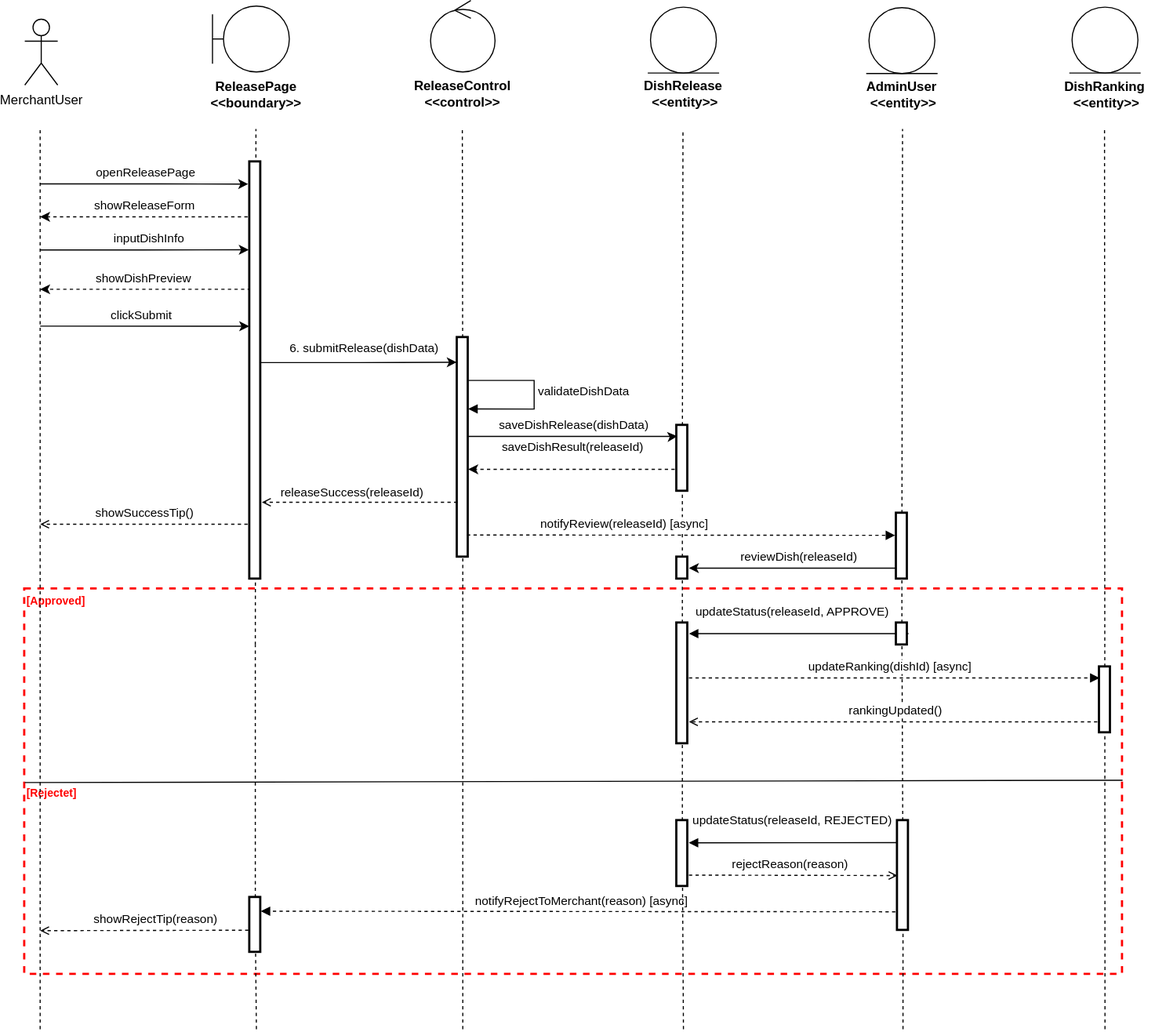
qianlinnian/se_sad_project keeps this draw.io diagram as Assignment2/diagrams/Re-ID.svg. Above is the earlier version. Source tidied: cells renumbered, new cells last; positions are measured from the earlier drawing's top-left corner, leaving out a move shared by most shapes.
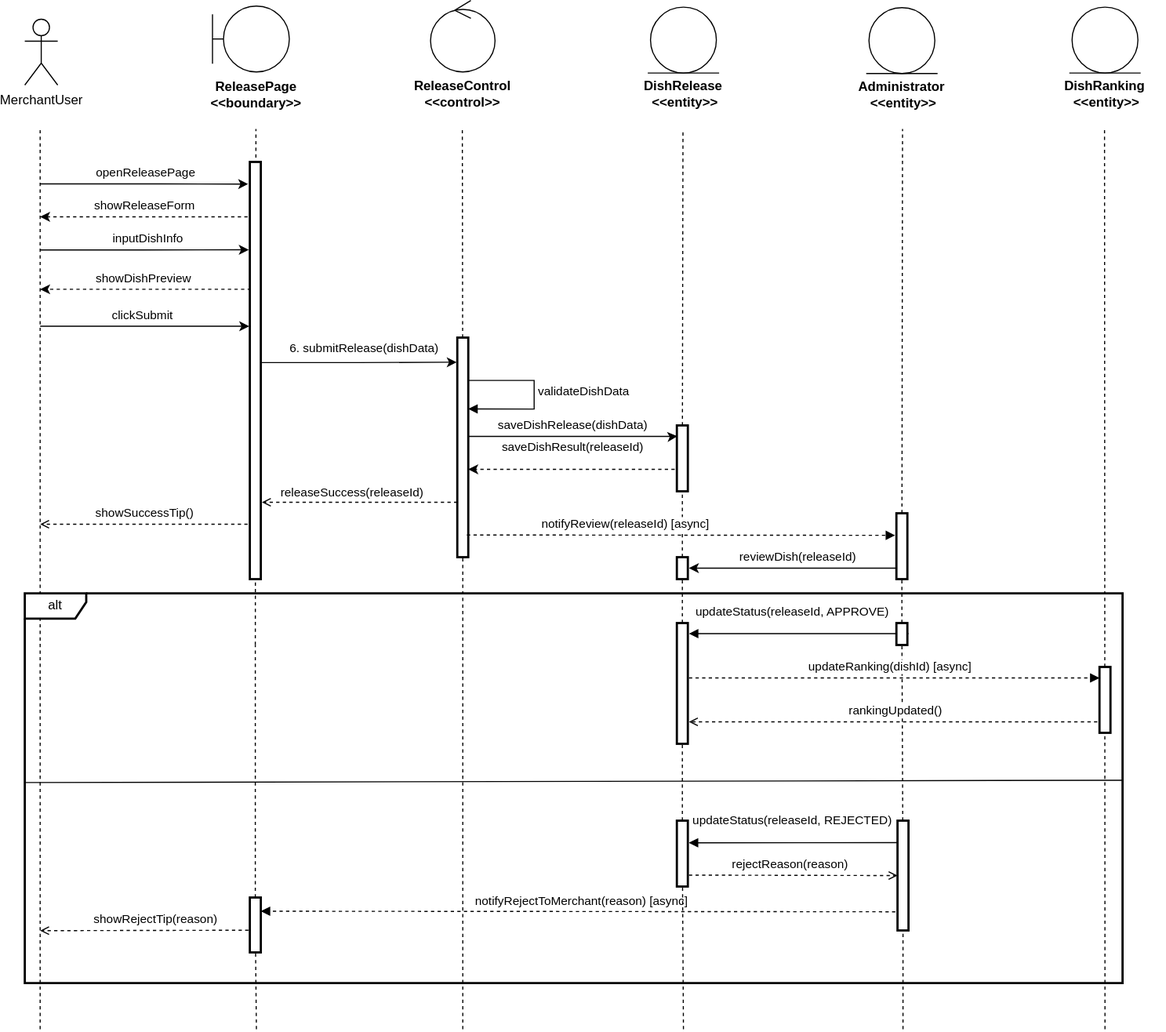
After the commit.

What changed in the source:
```diff
@@ -2,9 +2,6 @@
   <root>
     <mxCell id="0" />
     <mxCell id="1" parent="0" />
-    <mxCell id="2" style="shape=rect;html=1;rounded=0;whiteSpace=wrap;strokeColor=#ff0000;fillColor=none;strokeWidth=2;dashed=1;" parent="1" vertex="1">
-      <mxGeometry y="536" width="1000" height="351" as="geometry" />
-    </mxCell>
     <mxCell id="3" value="MerchantUser" style="shape=umlActor;verticalLabelPosition=bottom;verticalAlign=top;html=1;" parent="1" vertex="1">
       <mxGeometry y="17" width="30" height="60" as="geometry" />
     </mxCell>
@@ -78,12 +75,6 @@
         </Array>
       </mxGeometry>
     </mxCell>
-    <mxCell id="12" value="[Approved]" style="text;html=1;align=left;verticalAlign=middle;strokeColor=none;fillColor=none;fontSize=10;fontStyle=1;fontColor=#ff0000;" parent="1" vertex="1">
-      <mxGeometry y="532" width="70" height="30" as="geometry" />
-    </mxCell>
-    <mxCell id="13" value="[Rejectet]" style="text;html=1;align=left;verticalAlign=middle;strokeColor=none;fillColor=none;fontSize=10;fontStyle=1;fontColor=#ff0000;" parent="1" vertex="1">
-      <mxGeometry y="707" width="70" height="30" as="geometry" />
-    </mxCell>
     <mxCell id="14" style="endArrow=none;html=1;rounded=0;exitX=0;exitY=0.602;exitDx=0;exitDy=0;exitPerimeter=0;entryX=1;entryY=0.596;entryDx=0;entryDy=0;entryPerimeter=0;" parent="1" edge="1">
       <mxGeometry relative="1" as="geometry">
         <mxPoint y="712.3" as="sourcePoint" />
@@ -134,7 +125,7 @@
         <mxPoint x="1016.5" y="66" as="targetPoint" />
       </mxGeometry>
     </mxCell>
-    <mxCell id="26" value="&lt;b&gt;AdminUser&lt;/b&gt;&lt;br&gt;&lt;div&gt;&lt;b&gt;&amp;nbsp;&amp;lt;&amp;lt;entity&amp;gt;&amp;gt;&lt;/b&gt;&lt;/div&gt;" style="text;html=1;whiteSpace=wrap;strokeColor=none;fillColor=none;align=center;verticalAlign=middle;rounded=0;" parent="1" vertex="1">
+    <mxCell id="26" value="&lt;b&gt;Administrator&lt;/b&gt;&lt;br&gt;&lt;div&gt;&lt;b&gt;&amp;nbsp;&amp;lt;&amp;lt;entity&amp;gt;&amp;gt;&lt;/b&gt;&lt;/div&gt;" style="text;html=1;whiteSpace=wrap;strokeColor=none;fillColor=none;align=center;verticalAlign=middle;rounded=0;" parent="1" vertex="1">
       <mxGeometry x="744" y="71" width="110" height="30" as="geometry" />
     </mxCell>
     <mxCell id="27" style="ellipse;whiteSpace=wrap;html=1;" parent="1" vertex="1">
@@ -327,5 +318,8 @@
     <mxCell id="68" style="ellipse;shape=umlControl;whiteSpace=wrap;html=1;" parent="1" vertex="1">
       <mxGeometry x="369.6" width="58.8" height="65" as="geometry" />
     </mxCell>
+    <mxCell id="69" value="&lt;span style=&quot;font-size: 12px; font-weight: 400;&quot;&gt;alt&lt;/span&gt;" style="shape=umlFrame;whiteSpace=wrap;html=1;fontSize=11;fontStyle=1;fillColor=#FFFFFF;strokeColor=#000000;strokeWidth=2;shadow=0;width=56;height=23;align=center;" parent="1" vertex="1">
+      <mxGeometry y="540" width="1000" height="355" as="geometry" />
+    </mxCell>
   </root>
 </mxGraphModel>
```
